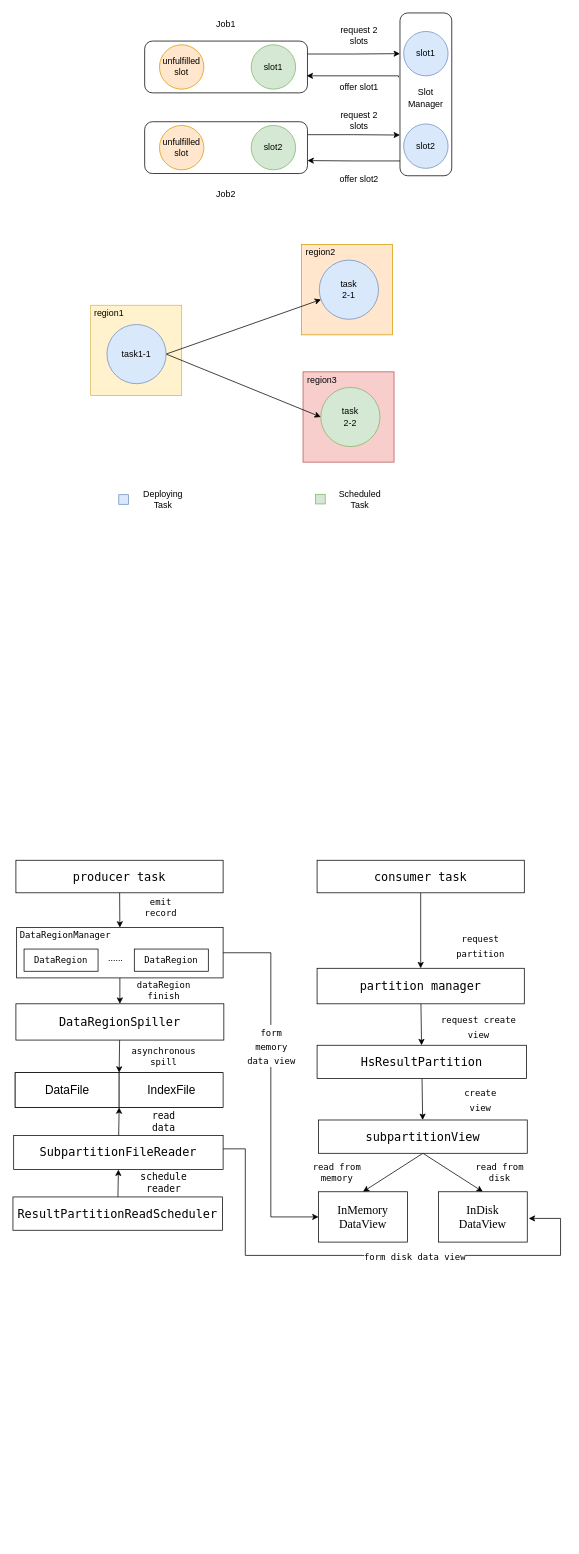
This is Untitled Diagram.drawio from reswqa/GWJ, a draw.io file, before an edit. Source tidied: cells renumbered, new cells numbered last; positions are measured from the earlier drawing's top-left corner, leaving out a move shared by most shapes. Both pictures are drawn from the tidied source at 74%, with x=0, y=0 at pixel (13, 13).
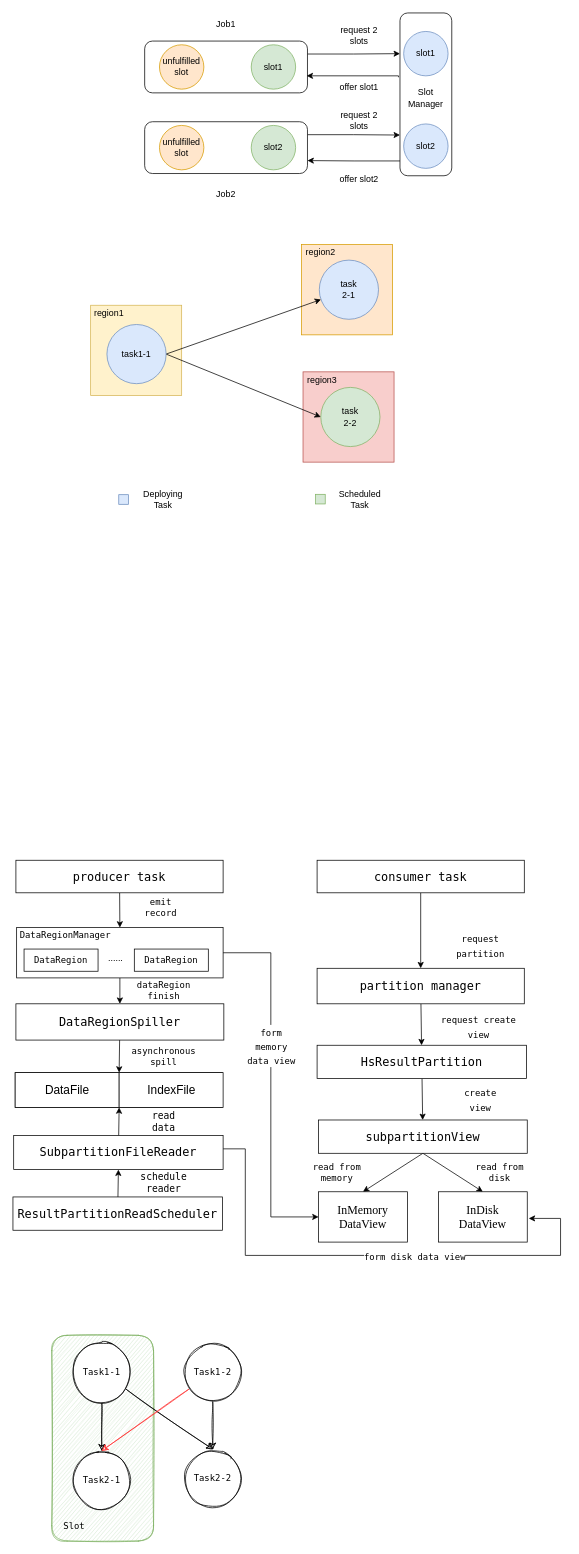
The same diagram, later.

The edit, as a diff of the source:
```diff
@@
+    <mxCell id="82" style="rounded=1;whiteSpace=wrap;html=1;shadow=0;glass=0;labelBackgroundColor=none;sketch=1;fontFamily=monaco, monospace;fontSize=12;strokeColor=#82b366;fillColor=#d5e8d4;" parent="1" vertex="1">
+      <mxGeometry x="52.5" y="1787" width="137.5" height="278" as="geometry" />
+    </mxCell>
@@
+    <mxCell id="83" style="edgeStyle=none;rounded=0;jettySize=auto;html=1;fontFamily=monaco, monospace;fontSize=12;endArrow=classic;endFill=1;sketch=1;" parent="1" edge="1" source="85" target="89">
+      <mxGeometry relative="1" as="geometry" />
+    </mxCell>
+    <mxCell id="84" style="edgeStyle=none;rounded=0;jettySize=auto;html=1;entryX=0.5;entryY=0;entryDx=0;entryDy=0;fontFamily=monaco, monospace;fontSize=12;endArrow=classic;endFill=1;sketch=1;" parent="1" edge="1" source="85" target="90">
+      <mxGeometry relative="1" as="geometry" />
+    </mxCell>
+    <mxCell id="85" value="Task1-1" style="ellipse;whiteSpace=wrap;html=1;rounded=0;shadow=0;glass=0;labelBackgroundColor=none;sketch=1;fontFamily=monaco, monospace;fontSize=12;strokeColor=default;fillColor=default;gradientColor=none;" parent="1" vertex="1">
+      <mxGeometry x="80" y="1797" width="80" height="80" as="geometry" />
+    </mxCell>
+    <mxCell id="86" style="edgeStyle=none;rounded=0;jettySize=auto;html=1;entryX=0.5;entryY=0;entryDx=0;entryDy=0;fontFamily=monaco, monospace;fontSize=12;endArrow=classic;endFill=1;sketch=1;strokeColor=#FF3333;" parent="1" edge="1" source="88" target="89">
+      <mxGeometry relative="1" as="geometry" />
+    </mxCell>
+    <mxCell id="87" style="edgeStyle=none;rounded=0;jettySize=auto;html=1;fontFamily=monaco, monospace;fontSize=12;endArrow=classic;endFill=1;sketch=1;" parent="1" edge="1" source="88" target="90">
+      <mxGeometry relative="1" as="geometry" />
+    </mxCell>
+    <mxCell id="88" value="Task1-2" style="ellipse;whiteSpace=wrap;html=1;rounded=0;shadow=0;glass=0;labelBackgroundColor=none;sketch=1;fontFamily=monaco, monospace;fontSize=12;strokeColor=default;fillColor=default;gradientColor=none;" parent="1" vertex="1">
+      <mxGeometry x="230" y="1797" width="80" height="80" as="geometry" />
+    </mxCell>
+    <mxCell id="89" value="Task2-1" style="ellipse;whiteSpace=wrap;html=1;rounded=0;shadow=0;glass=0;labelBackgroundColor=none;sketch=1;fontFamily=monaco, monospace;fontSize=12;strokeColor=default;fillColor=default;gradientColor=none;" parent="1" vertex="1">
+      <mxGeometry x="80" y="1943" width="80" height="80" as="geometry" />
+    </mxCell>
+    <mxCell id="90" value="Task2-2" style="ellipse;whiteSpace=wrap;html=1;rounded=0;shadow=0;glass=0;labelBackgroundColor=none;sketch=1;fontFamily=monaco, monospace;fontSize=12;strokeColor=default;fillColor=default;gradientColor=none;" parent="1" vertex="1">
+      <mxGeometry x="230" y="1941" width="80" height="80" as="geometry" />
+    </mxCell>
+    <mxCell id="91" value="Slot" style="text;html=1;strokeColor=none;fillColor=none;align=center;verticalAlign=middle;whiteSpace=wrap;rounded=0;shadow=0;glass=0;labelBackgroundColor=none;sketch=1;fontFamily=monaco, monospace;fontSize=12;" parent="1" vertex="1">
+      <mxGeometry x="52.5" y="2030" width="60" height="30" as="geometry" />
+    </mxCell>
```
